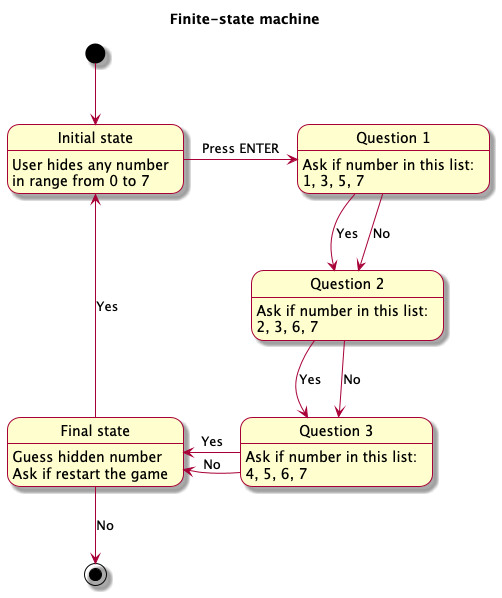
Before: fsm.png, a diagram exported from PlantUML (uzdik-student/assignment-4).
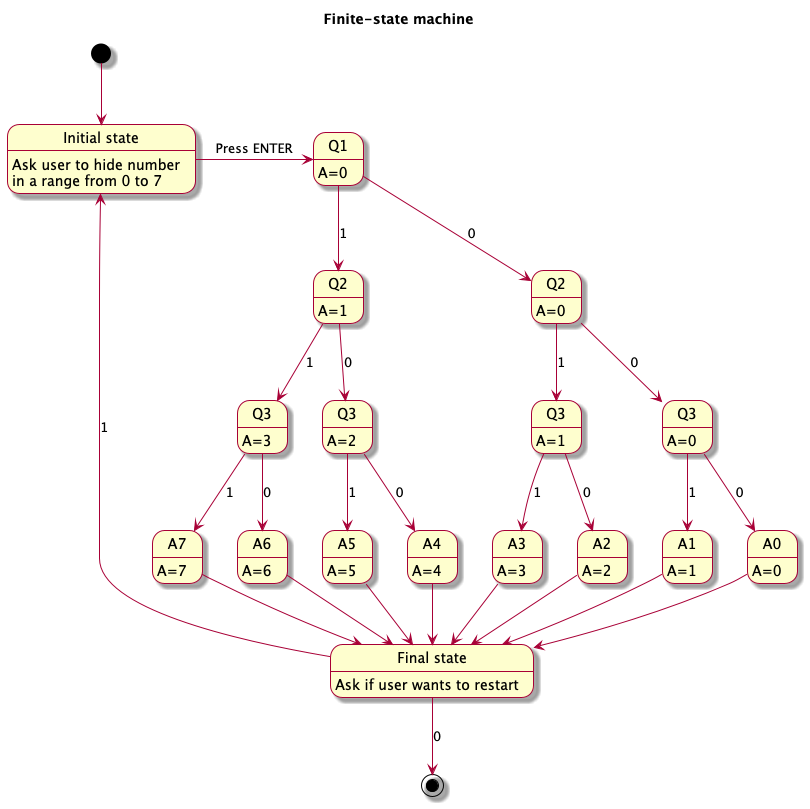
Later version of the same file.

The edit, as a diff of the source:
```diff
@@ -4,35 +4,73 @@
 title Finite-state machine
 
 state "Initial state" as Init
-state "Question 1" as Question_1
-state "Question 2" as Question_2
-state "Question 3" as Question_3
+state "Q1" as Q1
+state "Q2" as Q20
+state "Q2" as Q21
+state "Q3" as Q30
+state "Q3" as Q31
+state "Q3" as Q32
+state "Q3" as Q33
+state "A0" as A0
+state "A1" as A1
+state "A2" as A2
+state "A3" as A3
+state "A4" as A4
+state "A5" as A5
+state "A6" as A6
+state "A7" as A7
 state "Final state" as Final
 
-Init : User hides any number
-Init : in range from 0 to 7
+Init : Ask user to hide number
+Init : in a range from 0 to 7
 
-Question_1 : Ask if number in this list:
-Question_1 : 1, 3, 5, 7
+Q1 : A=0
 
-Question_2 : Ask if number in this list:
-Question_2 : 2, 3, 6, 7
+Q20 : A=0
+Q21 : A=1
 
-Question_3 : Ask if number in this list:
-Question_3 : 4, 5, 6, 7
+Q30 : A=0
+Q31 : A=1
+Q32 : A=2
+Q33 : A=3
 
-Final : Guess hidden number
-Final : Ask if restart the game
+A0 : A=0
+A1 : A=1
+A2 : A=2
+A3 : A=3
+A4 : A=4
+A5 : A=5
+A6 : A=6
+A7 : A=7
+
+Final : Ask if user wants to restart
 
 [*] --> Init
-Init -> Question_1 : Press ENTER
-Init <-- Final : Yes
-Question_1 --> Question_2 : Yes
-Question_1 --> Question_2 : No
-Question_2 --> Question_3 : Yes
-Question_2 --> Question_3 : No
-Final <-- Question_3 : Yes
-Final <-- Question_3 : No
-Final --> [*] : No
+Init -> Q1 : Press ENTER
+Q1 --> Q20 : 0
+Q1 --> Q21 : 1
+Q20 --> Q30 : 0
+Q20 --> Q31 : 1
+Q21 --> Q32 : 0
+Q21 --> Q33 : 1
+Q30 --> A0 : 0
+Q30 --> A1 : 1
+Q31 --> A2 : 0
+Q31 --> A3 : 1
+Q32 --> A4 : 0
+Q32 --> A5 : 1
+Q33 --> A6 : 0
+Q33 --> A7 : 1
+
+A0 --> Final
+A1 --> Final
+A2 --> Final
+A3 --> Final
+A4 --> Final
+A5 --> Final
+A6 --> Final
+A7 --> Final
+Final --> Init : 1
+Final --> [*] : 0
 
 @enduml
```
